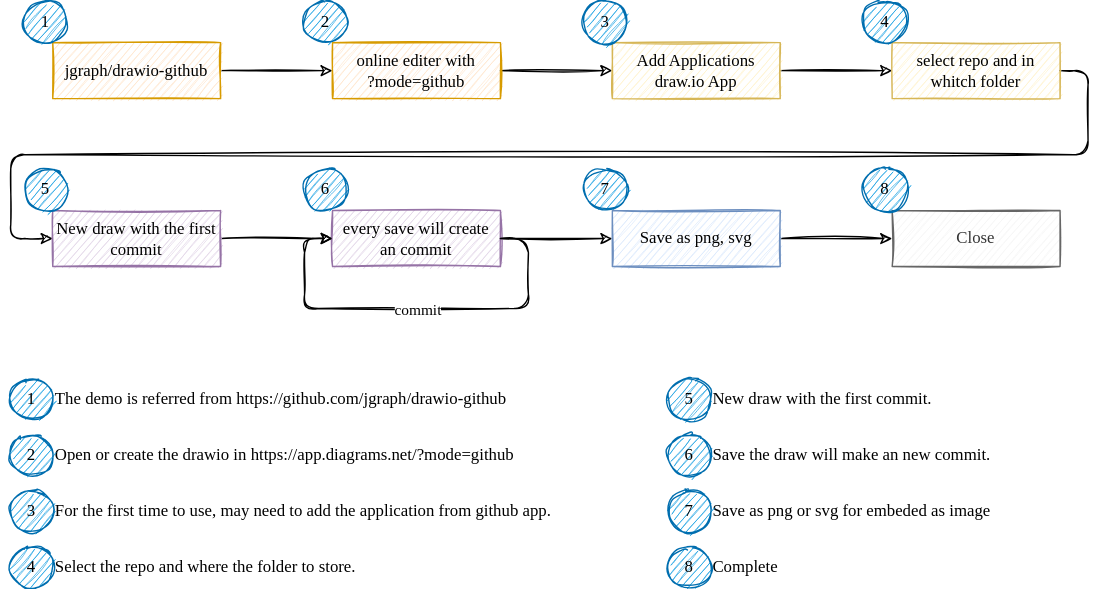
This is demo/drawio_in_github.drawio.svg from toomore/drawio, a draw.io export, as it was before one commit. Source tidied: cells renumbered, new cells last; positions are measured from the earlier drawing's top-left corner, leaving out a move shared by most shapes.
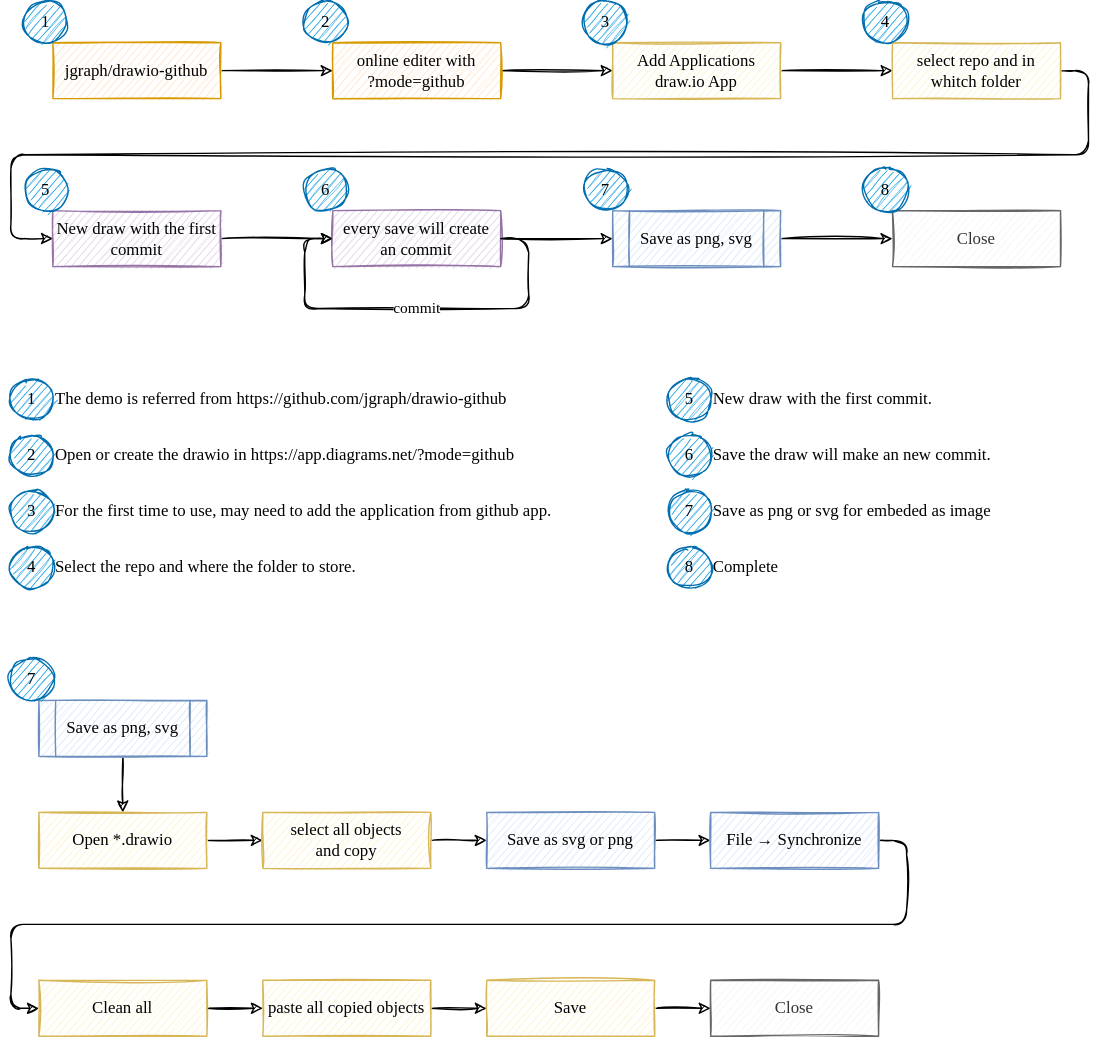
After the change.

What changed in the source:
```diff
@@ -127,7 +127,7 @@
     <mxCell id="38" style="edgeStyle=orthogonalEdgeStyle;rounded=1;jettySize=auto;html=1;exitX=1;exitY=0.5;exitDx=0;exitDy=0;entryX=0;entryY=0.5;entryDx=0;entryDy=0;fontFamily=粉圓體;fontSource=https%3A%2F%2Fgithub.com%2Fjustfont%2Fopen-huninn-font%2Fraw%2Fmaster%2Ffont%2Fjf-openhuninn-1.1.ttf;fontColor=#000000;sketch=1;" parent="1" edge="1" source="39" target="16">
       <mxGeometry relative="1" as="geometry" />
     </mxCell>
-    <mxCell id="39" value="Save as png, svg" style="rounded=0;whiteSpace=wrap;html=1;fontFamily=粉圓體;fontSource=https%3A%2F%2Fgithub.com%2Fjustfont%2Fopen-huninn-font%2Fraw%2Fmaster%2Ffont%2Fjf-openhuninn-1.1.ttf;fillColor=#dae8fc;strokeColor=#6c8ebf;sketch=1;" parent="1" vertex="1">
+    <mxCell id="39" value="Save as png, svg" style="shape=process;whiteSpace=wrap;html=1;backgroundOutline=1;fontFamily=粉圓體;fontSize=12;fontColor=default;align=center;strokeColor=#6c8ebf;fillColor=#dae8fc;sketch=1;fontSource=https%3A%2F%2Fgithub.com%2Fjustfont%2Fopen-huninn-font%2Fraw%2Fmaster%2Ffont%2Fjf-openhuninn-1.1.ttf;" parent="1" vertex="1">
       <mxGeometry x="430" y="150" width="120" height="40" as="geometry" />
     </mxCell>
     <mxCell id="40" value="&lt;font color=&quot;#000000&quot;&gt;7&lt;/font&gt;" style="ellipse;whiteSpace=wrap;html=1;fontFamily=粉圓體;fontSource=https%3A%2F%2Fgithub.com%2Fjustfont%2Fopen-huninn-font%2Fraw%2Fmaster%2Ffont%2Fjf-openhuninn-1.1.ttf;fillColor=#1ba1e2;strokeColor=#006EAF;fontColor=#ffffff;sketch=1;" parent="1" vertex="1">
@@ -139,5 +139,59 @@
     <mxCell id="42" value="&lt;font color=&quot;#000000&quot;&gt;8&lt;/font&gt;" style="ellipse;whiteSpace=wrap;html=1;fontFamily=粉圓體;fontSource=https%3A%2F%2Fgithub.com%2Fjustfont%2Fopen-huninn-font%2Fraw%2Fmaster%2Ffont%2Fjf-openhuninn-1.1.ttf;fillColor=#1ba1e2;strokeColor=#006EAF;fontColor=#ffffff;sketch=1;" parent="1" vertex="1">
       <mxGeometry x="470" y="390" width="30" height="30" as="geometry" />
     </mxCell>
+    <mxCell id="43" style="edgeStyle=orthogonalEdgeStyle;rounded=1;sketch=1;jettySize=auto;html=1;fontFamily=粉圓體;fontSource=https%3A%2F%2Fgithub.com%2Fjustfont%2Fopen-huninn-font%2Fraw%2Fmaster%2Ffont%2Fjf-openhuninn-1.1.ttf;" parent="1" edge="1" source="44" target="46">
+      <mxGeometry relative="1" as="geometry" />
+    </mxCell>
+    <mxCell id="44" value="Save as png, svg" style="shape=process;whiteSpace=wrap;html=1;backgroundOutline=1;fontFamily=粉圓體;fontSize=12;fontColor=default;align=center;strokeColor=#6c8ebf;fillColor=#dae8fc;sketch=1;fontSource=https%3A%2F%2Fgithub.com%2Fjustfont%2Fopen-huninn-font%2Fraw%2Fmaster%2Ffont%2Fjf-openhuninn-1.1.ttf;" parent="1" vertex="1">
+      <mxGeometry x="20" y="500" width="120" height="40" as="geometry" />
+    </mxCell>
+    <mxCell id="45" style="edgeStyle=orthogonalEdgeStyle;rounded=1;sketch=1;jettySize=auto;html=1;fontFamily=粉圓體;fontSource=https%3A%2F%2Fgithub.com%2Fjustfont%2Fopen-huninn-font%2Fraw%2Fmaster%2Ffont%2Fjf-openhuninn-1.1.ttf;" parent="1" edge="1" source="46" target="48">
+      <mxGeometry relative="1" as="geometry" />
+    </mxCell>
+    <mxCell id="46" value="Open *.drawio" style="rounded=0;whiteSpace=wrap;html=1;fontFamily=粉圓體;fontSource=https%3A%2F%2Fgithub.com%2Fjustfont%2Fopen-huninn-font%2Fraw%2Fmaster%2Ffont%2Fjf-openhuninn-1.1.ttf;fillColor=#fff2cc;strokeColor=#d6b656;sketch=1;" parent="1" vertex="1">
+      <mxGeometry x="20" y="580" width="120" height="40" as="geometry" />
+    </mxCell>
+    <mxCell id="47" style="edgeStyle=orthogonalEdgeStyle;rounded=1;sketch=1;jettySize=auto;html=1;fontFamily=粉圓體;fontSource=https%3A%2F%2Fgithub.com%2Fjustfont%2Fopen-huninn-font%2Fraw%2Fmaster%2Ffont%2Fjf-openhuninn-1.1.ttf;" parent="1" edge="1" source="48" target="50">
+      <mxGeometry relative="1" as="geometry" />
+    </mxCell>
+    <mxCell id="48" value="select all objects&lt;br&gt;and copy" style="rounded=0;whiteSpace=wrap;html=1;fontFamily=粉圓體;fontSource=https%3A%2F%2Fgithub.com%2Fjustfont%2Fopen-huninn-font%2Fraw%2Fmaster%2Ffont%2Fjf-openhuninn-1.1.ttf;fillColor=#fff2cc;strokeColor=#d6b656;sketch=1;" parent="1" vertex="1">
+      <mxGeometry x="180" y="580" width="120" height="40" as="geometry" />
+    </mxCell>
+    <mxCell id="49" style="edgeStyle=orthogonalEdgeStyle;rounded=1;sketch=1;jettySize=auto;html=1;fontFamily=粉圓體;fontSource=https%3A%2F%2Fgithub.com%2Fjustfont%2Fopen-huninn-font%2Fraw%2Fmaster%2Ffont%2Fjf-openhuninn-1.1.ttf;" parent="1" edge="1" source="50" target="52">
+      <mxGeometry relative="1" as="geometry" />
+    </mxCell>
+    <mxCell id="50" value="Save as svg or png" style="rounded=0;whiteSpace=wrap;html=1;fontFamily=粉圓體;fontSource=https%3A%2F%2Fgithub.com%2Fjustfont%2Fopen-huninn-font%2Fraw%2Fmaster%2Ffont%2Fjf-openhuninn-1.1.ttf;fillColor=#dae8fc;strokeColor=#6c8ebf;sketch=1;" parent="1" vertex="1">
+      <mxGeometry x="340" y="580" width="120" height="40" as="geometry" />
+    </mxCell>
+    <mxCell id="51" style="edgeStyle=orthogonalEdgeStyle;rounded=1;sketch=1;jettySize=auto;html=1;exitX=1;exitY=0.5;exitDx=0;exitDy=0;entryX=0;entryY=0.5;entryDx=0;entryDy=0;fontFamily=粉圓體;fontSource=https%3A%2F%2Fgithub.com%2Fjustfont%2Fopen-huninn-font%2Fraw%2Fmaster%2Ffont%2Fjf-openhuninn-1.1.ttf;" parent="1" edge="1" source="52" target="54">
+      <mxGeometry relative="1" as="geometry" />
+    </mxCell>
+    <mxCell id="52" value="File → Synchronize" style="rounded=0;whiteSpace=wrap;html=1;fontFamily=粉圓體;fontSource=https%3A%2F%2Fgithub.com%2Fjustfont%2Fopen-huninn-font%2Fraw%2Fmaster%2Ffont%2Fjf-openhuninn-1.1.ttf;fillColor=#dae8fc;strokeColor=#6c8ebf;sketch=1;" parent="1" vertex="1">
+      <mxGeometry x="500" y="580" width="120" height="40" as="geometry" />
+    </mxCell>
+    <mxCell id="53" style="edgeStyle=orthogonalEdgeStyle;rounded=1;sketch=1;jettySize=auto;html=1;fontFamily=粉圓體;fontSource=https%3A%2F%2Fgithub.com%2Fjustfont%2Fopen-huninn-font%2Fraw%2Fmaster%2Ffont%2Fjf-openhuninn-1.1.ttf;" parent="1" edge="1" source="54" target="56">
+      <mxGeometry relative="1" as="geometry" />
+    </mxCell>
+    <mxCell id="54" value="Clean all" style="rounded=0;whiteSpace=wrap;html=1;fontFamily=粉圓體;fontSource=https%3A%2F%2Fgithub.com%2Fjustfont%2Fopen-huninn-font%2Fraw%2Fmaster%2Ffont%2Fjf-openhuninn-1.1.ttf;fillColor=#fff2cc;strokeColor=#d6b656;sketch=1;" parent="1" vertex="1">
+      <mxGeometry x="20" y="700" width="120" height="40" as="geometry" />
+    </mxCell>
+    <mxCell id="55" style="edgeStyle=orthogonalEdgeStyle;rounded=1;sketch=1;jettySize=auto;html=1;fontFamily=粉圓體;fontSource=https%3A%2F%2Fgithub.com%2Fjustfont%2Fopen-huninn-font%2Fraw%2Fmaster%2Ffont%2Fjf-openhuninn-1.1.ttf;" parent="1" edge="1" source="56" target="58">
+      <mxGeometry relative="1" as="geometry" />
+    </mxCell>
+    <mxCell id="56" value="paste all copied objects" style="rounded=0;whiteSpace=wrap;html=1;fontFamily=粉圓體;fontSource=https%3A%2F%2Fgithub.com%2Fjustfont%2Fopen-huninn-font%2Fraw%2Fmaster%2Ffont%2Fjf-openhuninn-1.1.ttf;fillColor=#fff2cc;strokeColor=#d6b656;sketch=1;" parent="1" vertex="1">
+      <mxGeometry x="180" y="700" width="120" height="40" as="geometry" />
+    </mxCell>
+    <mxCell id="57" style="edgeStyle=orthogonalEdgeStyle;rounded=1;sketch=1;jettySize=auto;html=1;fontFamily=粉圓體;fontSource=https%3A%2F%2Fgithub.com%2Fjustfont%2Fopen-huninn-font%2Fraw%2Fmaster%2Ffont%2Fjf-openhuninn-1.1.ttf;" parent="1" edge="1" source="58" target="59">
+      <mxGeometry relative="1" as="geometry" />
+    </mxCell>
+    <mxCell id="58" value="Save" style="rounded=0;whiteSpace=wrap;html=1;fontFamily=粉圓體;fontSource=https%3A%2F%2Fgithub.com%2Fjustfont%2Fopen-huninn-font%2Fraw%2Fmaster%2Ffont%2Fjf-openhuninn-1.1.ttf;fillColor=#fff2cc;strokeColor=#d6b656;sketch=1;" parent="1" vertex="1">
+      <mxGeometry x="340" y="700" width="120" height="40" as="geometry" />
+    </mxCell>
+    <mxCell id="59" value="Close" style="rounded=0;whiteSpace=wrap;html=1;fontFamily=粉圓體;fontSource=https%3A%2F%2Fgithub.com%2Fjustfont%2Fopen-huninn-font%2Fraw%2Fmaster%2Ffont%2Fjf-openhuninn-1.1.ttf;fillColor=#f5f5f5;fontColor=#333333;strokeColor=#666666;sketch=1;" parent="1" vertex="1">
+      <mxGeometry x="500" y="700" width="120" height="40" as="geometry" />
+    </mxCell>
+    <mxCell id="60" value="&lt;font color=&quot;#000000&quot;&gt;7&lt;/font&gt;" style="ellipse;whiteSpace=wrap;html=1;fontFamily=粉圓體;fontSource=https%3A%2F%2Fgithub.com%2Fjustfont%2Fopen-huninn-font%2Fraw%2Fmaster%2Ffont%2Fjf-openhuninn-1.1.ttf;fillColor=#1ba1e2;strokeColor=#006EAF;fontColor=#ffffff;sketch=1;" parent="1" vertex="1">
+      <mxGeometry y="470" width="30" height="30" as="geometry" />
+    </mxCell>
   </root>
 </mxGraphModel>
```
